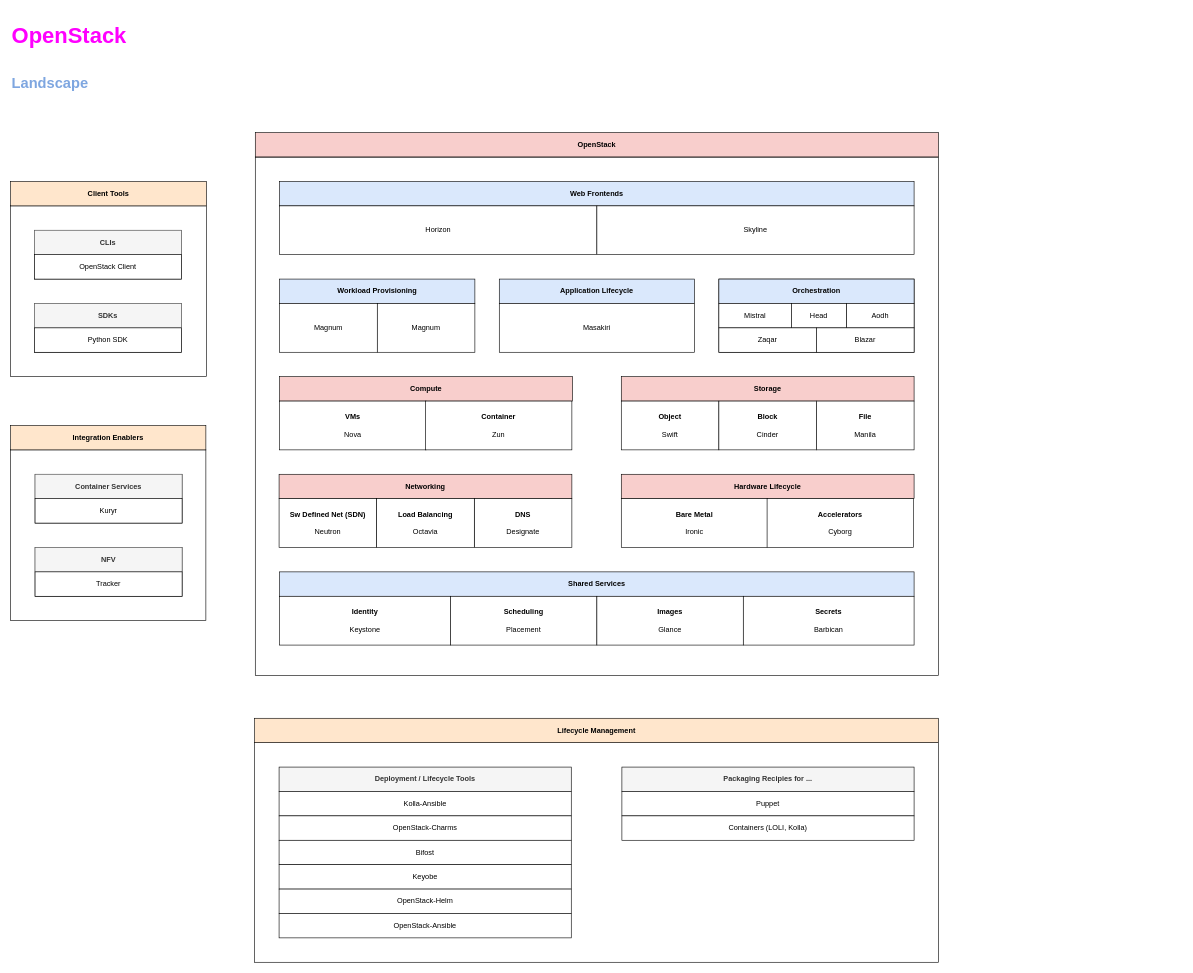
The draw.io diagram OpenStack.drawio in themue/OTC, before the edit. Source tidied: cells renumbered, new cells numbered last; positions are measured from the earlier drawing's top-left corner, leaving out a move shared by most shapes. Both pictures are drawn from the tidied source at 61%, with x=0, y=0 at pixel (10, 10).
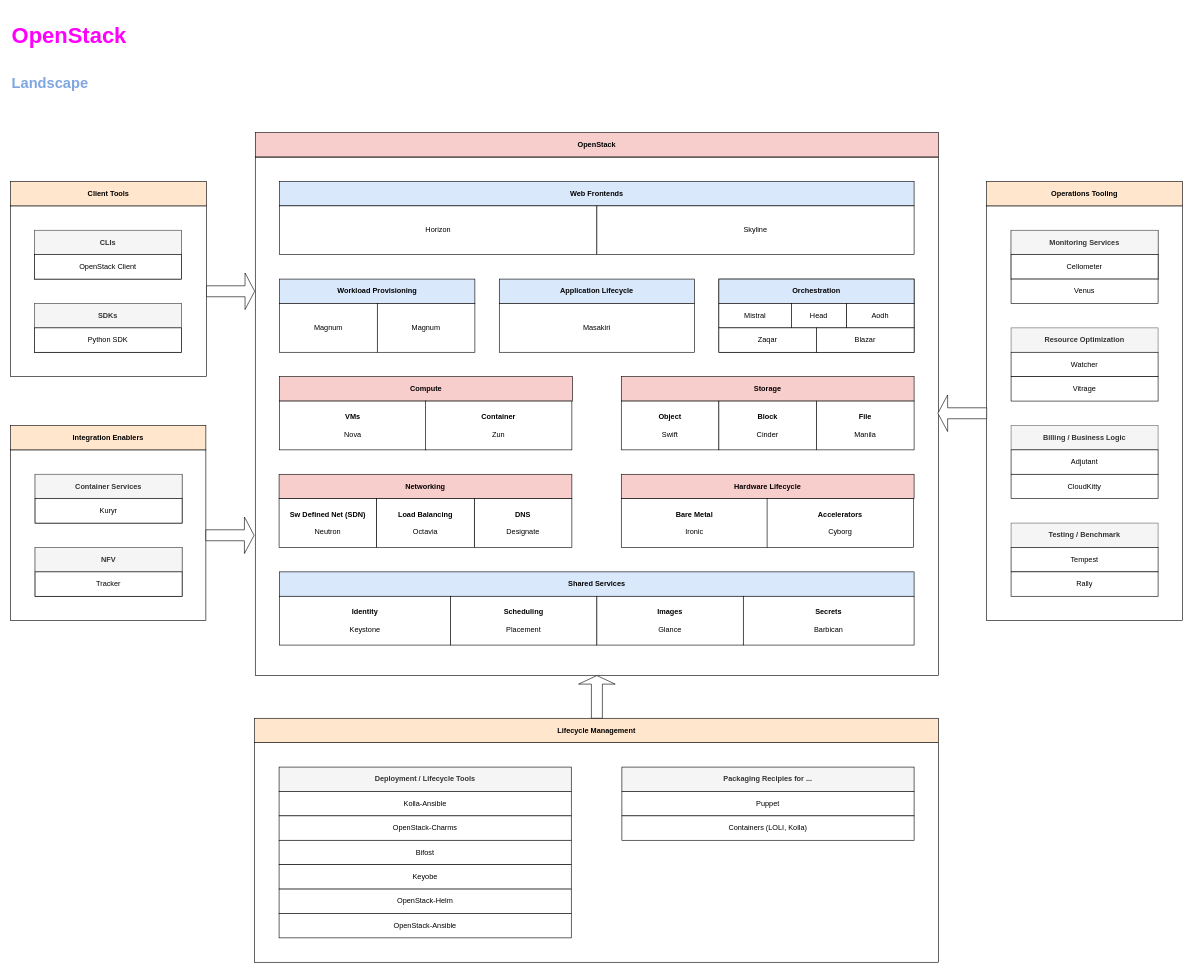
Above is the later version.

Commit message:
Finish OpenStack landscape

Diff of the diagram source:
```diff
@@
+    <mxCell id="78" style="rounded=0;whiteSpace=wrap;html=1;fillColor=none;" parent="1" vertex="1">
+      <mxGeometry x="1600" y="320" width="321" height="680" as="geometry" />
+    </mxCell>
+    <mxCell id="79" value="Operations Tooling" style="rounded=0;whiteSpace=wrap;html=1;fillColor=#ffe6cc;strokeColor=#000000;fontStyle=1;" parent="1" vertex="1">
+      <mxGeometry x="1600" y="280" width="321" height="40" as="geometry" />
+    </mxCell>
+    <mxCell id="80" style="group;strokeColor=default;" parent="1" vertex="1">
+      <mxGeometry x="1640" y="360" width="241" height="80" as="geometry" />
+    </mxCell>
+    <mxCell id="81" value="Monitoring Services" style="rounded=0;whiteSpace=wrap;html=1;fillColor=#f5f5f5;fontColor=#333333;strokeColor=#666666;fontStyle=1;" parent="1" vertex="1">
+      <mxGeometry x="1640" y="360" width="241" height="40" as="geometry" />
+    </mxCell>
+    <mxCell id="82" value="Cellometer" style="rounded=0;whiteSpace=wrap;html=1;" parent="1" vertex="1">
+      <mxGeometry x="1640" y="400" width="241" height="40" as="geometry" />
+    </mxCell>
+    <mxCell id="83" value="Venus" style="rounded=0;whiteSpace=wrap;html=1;" parent="1" vertex="1">
+      <mxGeometry x="1640" y="440" width="241" height="40" as="geometry" />
+    </mxCell>
+    <mxCell id="84" value="Resource Optimization" style="rounded=0;whiteSpace=wrap;html=1;fillColor=#f5f5f5;fontColor=#333333;strokeColor=#666666;fontStyle=1;" parent="1" vertex="1">
+      <mxGeometry x="1640" y="520" width="241" height="40" as="geometry" />
+    </mxCell>
+    <mxCell id="85" value="Watcher" style="rounded=0;whiteSpace=wrap;html=1;" parent="1" vertex="1">
+      <mxGeometry x="1640" y="560" width="241" height="40" as="geometry" />
+    </mxCell>
+    <mxCell id="86" value="Vitrage" style="rounded=0;whiteSpace=wrap;html=1;" parent="1" vertex="1">
+      <mxGeometry x="1640" y="600" width="241" height="40" as="geometry" />
+    </mxCell>
+    <mxCell id="87" value="Billing / Business Logic" style="rounded=0;whiteSpace=wrap;html=1;fillColor=#f5f5f5;fontColor=#333333;strokeColor=#666666;fontStyle=1;" parent="1" vertex="1">
+      <mxGeometry x="1640" y="680" width="241" height="40" as="geometry" />
+    </mxCell>
+    <mxCell id="88" value="Adjutant" style="rounded=0;whiteSpace=wrap;html=1;" parent="1" vertex="1">
+      <mxGeometry x="1640" y="720" width="241" height="40" as="geometry" />
+    </mxCell>
+    <mxCell id="89" value="CloudKitty" style="rounded=0;whiteSpace=wrap;html=1;" parent="1" vertex="1">
+      <mxGeometry x="1640" y="760" width="241" height="40" as="geometry" />
+    </mxCell>
+    <mxCell id="90" value="Testing / Benchmark" style="rounded=0;whiteSpace=wrap;html=1;fillColor=#f5f5f5;fontColor=#333333;strokeColor=#666666;fontStyle=1;" parent="1" vertex="1">
+      <mxGeometry x="1640" y="840" width="241" height="40" as="geometry" />
+    </mxCell>
+    <mxCell id="91" value="Tempest" style="rounded=0;whiteSpace=wrap;html=1;" parent="1" vertex="1">
+      <mxGeometry x="1640" y="880" width="241" height="40" as="geometry" />
+    </mxCell>
+    <mxCell id="92" value="Rally" style="rounded=0;whiteSpace=wrap;html=1;" parent="1" vertex="1">
+      <mxGeometry x="1640" y="920" width="241" height="40" as="geometry" />
+    </mxCell>
+    <mxCell id="93" style="shape=singleArrow;direction=west;whiteSpace=wrap;html=1;" parent="1" vertex="1">
+      <mxGeometry x="1520" y="630" width="80" height="60" as="geometry" />
+    </mxCell>
+    <mxCell id="94" style="shape=singleArrow;whiteSpace=wrap;html=1;" parent="1" vertex="1">
+      <mxGeometry x="321" y="430" width="79" height="60" as="geometry" />
+    </mxCell>
+    <mxCell id="95" style="shape=singleArrow;whiteSpace=wrap;html=1;" parent="1" vertex="1">
+      <mxGeometry x="320" y="830" width="79" height="60" as="geometry" />
+    </mxCell>
+    <mxCell id="96" style="shape=singleArrow;direction=north;whiteSpace=wrap;html=1;" parent="1" vertex="1">
+      <mxGeometry x="931" y="1090" width="60" height="70" as="geometry" />
+    </mxCell>
```
